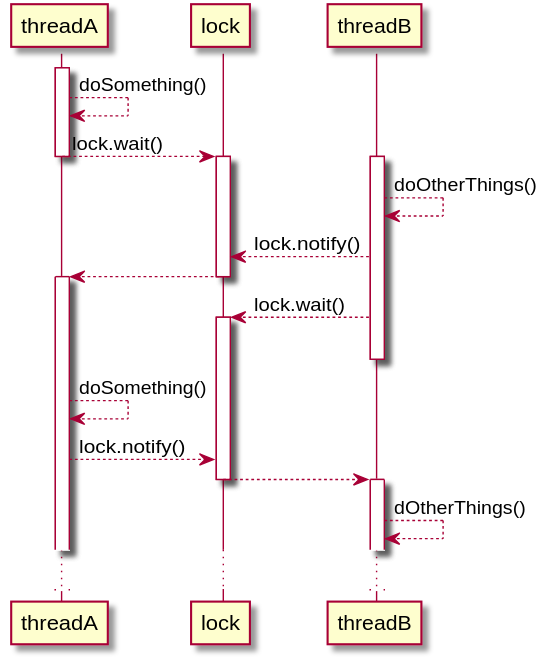
Earlier version of the PlantUML export assets/threads-wait-notify.svg (ohm-softa/ohm-softa.github.io).
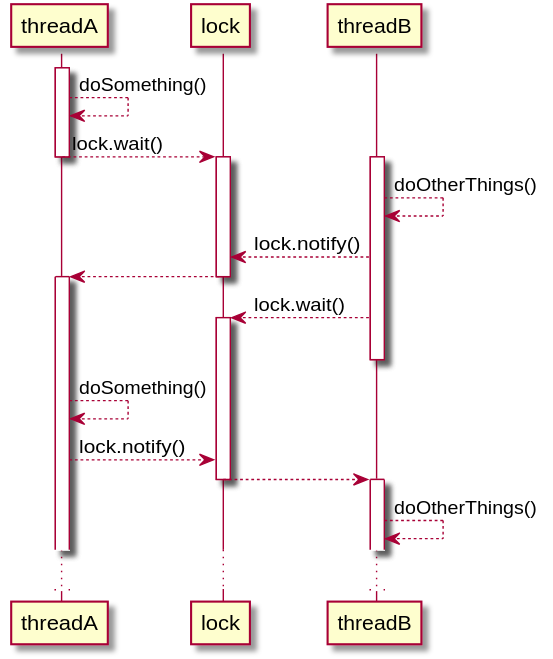
After the commit.

Commit message:
Fixed typo in threads (#6)

What changed in the source:
```diff
@@ -28,7 +28,7 @@
 deactivate lock
 activate threadB
 
-threadB --> threadB : dOtherThings()
+threadB --> threadB : doOtherThings()
 
 ...
 
```
